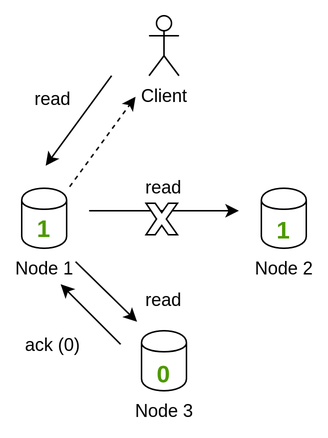
This is 2020-ru-consensus-algorithms-and-nodejs/slides/images/primitive-consensus-10.png from puzpuzpuz/talks, a draw.io export, as it was before one commit. Source tidied: cells renumbered, new cells last; positions are measured from the earlier drawing's top-left corner, leaving out a move shared by most shapes.
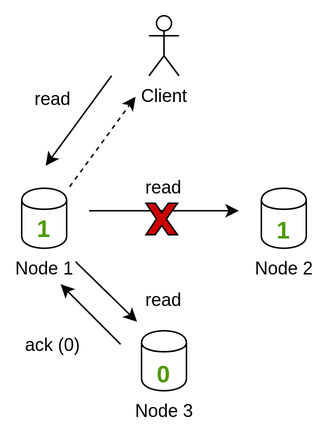
The same file after the commit.

Commit message:
Update consensus slides

The edit, as a diff of the source:
```diff
@@ -56,7 +56,7 @@
     <mxCell id="15" value="1" style="text;html=1;strokeColor=none;fillColor=none;align=center;verticalAlign=middle;whiteSpace=wrap;rounded=0;fontSize=16;fontStyle=1;fontColor=#4D9900;" parent="1" vertex="1">
       <mxGeometry x="3" y="124.5" width="32" height="35" as="geometry" />
     </mxCell>
-    <mxCell id="16" style="verticalLabelPosition=bottom;verticalAlign=top;html=1;shape=mxgraph.basic.x;fontSize=16;fontColor=#4D9900;" parent="1" vertex="1">
+    <mxCell id="16" style="verticalLabelPosition=bottom;verticalAlign=top;html=1;shape=mxgraph.basic.x;fontSize=16;fontColor=#4D9900;fillColor=#CC0000;" parent="1" vertex="1">
       <mxGeometry x="87" y="125" width="21" height="21" as="geometry" />
     </mxCell>
     <mxCell id="17" style="rounded=0;orthogonalLoop=1;jettySize=auto;html=1;" parent="1" edge="1">
```
